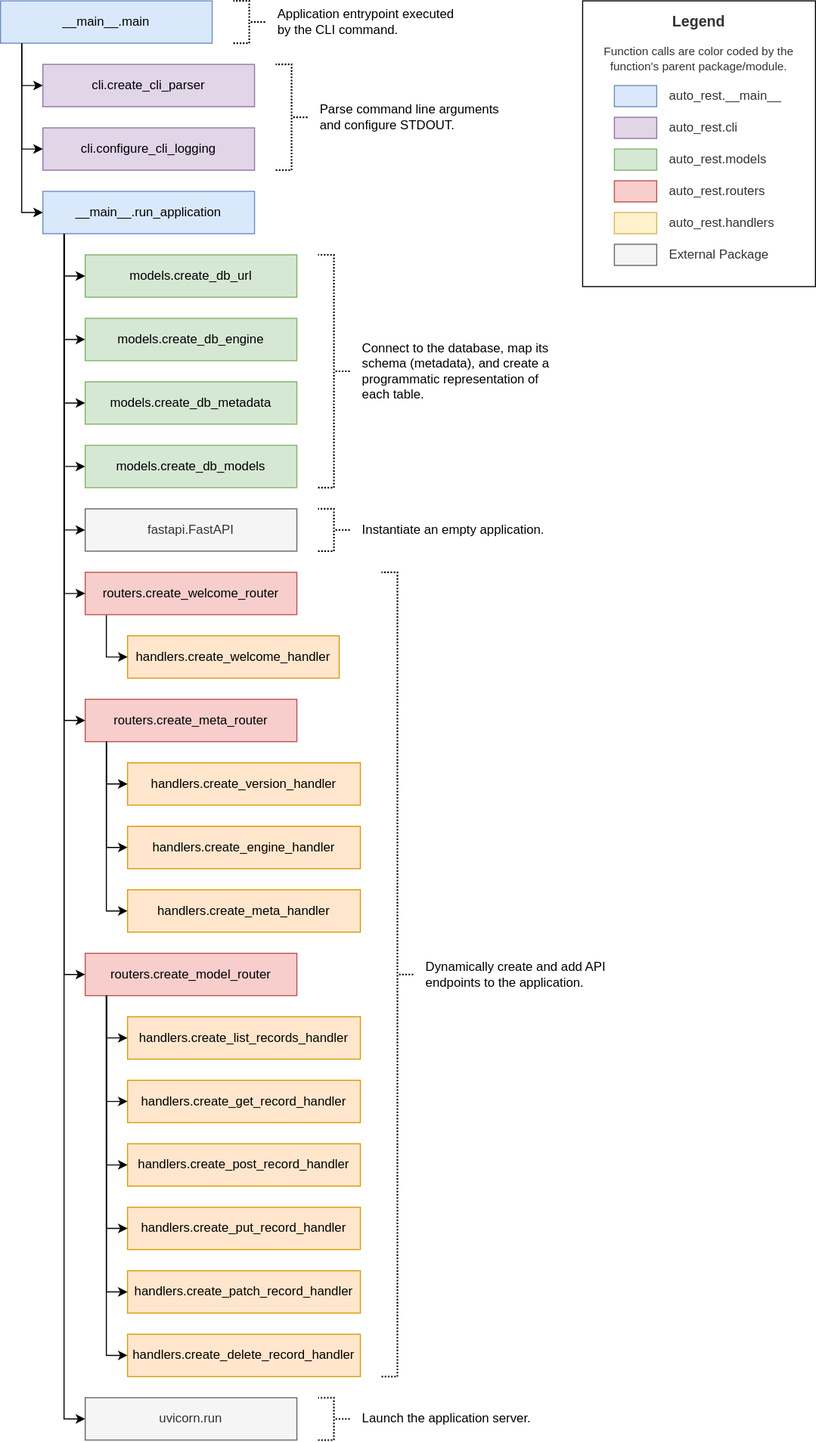
This is docs/_static/img/architecture.svg from Better-HPC/auto-rest, a draw.io export, as it was before one commit. Source tidied: cells renumbered, new cells last; positions are measured from the earlier drawing's top-left corner, leaving out a move shared by most shapes.
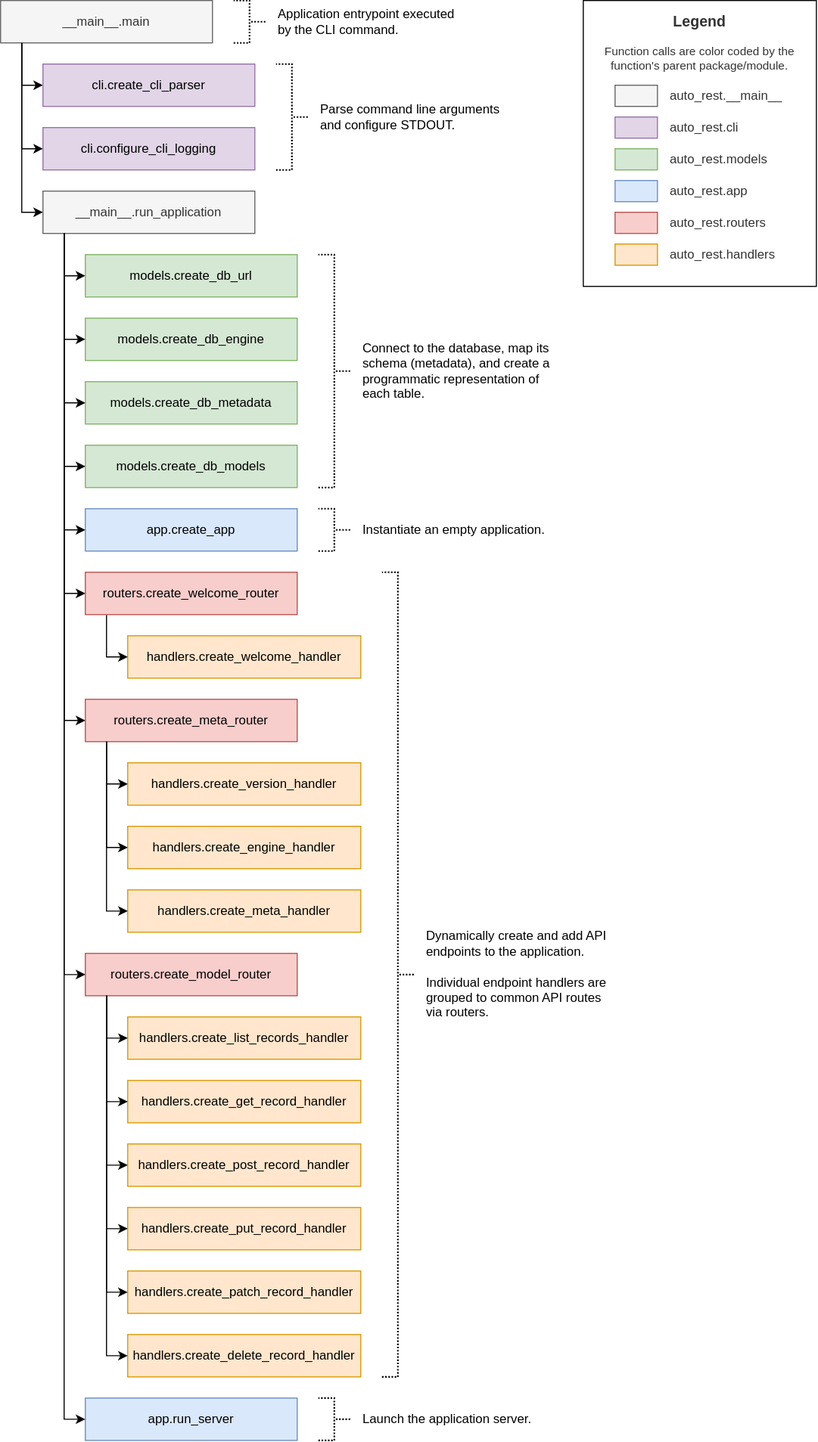
The same diagram one commit later.

Diff of the diagram source:
```diff
@@ -10,10 +10,10 @@
         </Array>
       </mxGeometry>
     </mxCell>
-    <mxCell id="3" value="__main__.main" style="rounded=0;whiteSpace=wrap;html=1;fillColor=#dae8fc;strokeColor=#6c8ebf;" parent="1" vertex="1">
+    <mxCell id="3" value="__main__.main" style="rounded=0;whiteSpace=wrap;html=1;fillColor=#f5f5f5;strokeColor=#666666;fontColor=#333333;" parent="1" vertex="1">
       <mxGeometry width="200" height="40" as="geometry" />
     </mxCell>
-    <mxCell id="4" value="__main__.run_application" style="whiteSpace=wrap;html=1;rounded=0;fillColor=#dae8fc;strokeColor=#6c8ebf;" parent="1" vertex="1">
+    <mxCell id="4" value="__main__.run_application" style="whiteSpace=wrap;html=1;rounded=0;fillColor=#f5f5f5;strokeColor=#666666;fontColor=#333333;" parent="1" vertex="1">
       <mxGeometry x="40" y="180" width="200" height="40" as="geometry" />
     </mxCell>
     <mxCell id="5" value="cli.configure_cli_logging" style="whiteSpace=wrap;html=1;rounded=0;fillColor=#e1d5e7;strokeColor=#9673a6;" parent="1" vertex="1">
@@ -54,10 +54,10 @@
     <mxCell id="15" style="edgeStyle=orthogonalEdgeStyle;rounded=0;jettySize=auto;html=1;entryX=0;entryY=0.5;entryDx=0;entryDy=0;exitX=0.1;exitY=1.001;exitDx=0;exitDy=0;exitPerimeter=0;" parent="1" edge="1" source="4" target="14">
       <mxGeometry relative="1" as="geometry" />
     </mxCell>
-    <mxCell id="16" value="fastapi.FastAPI" style="whiteSpace=wrap;html=1;rounded=0;fillColor=#f5f5f5;strokeColor=#666666;fontColor=#333333;" parent="1" vertex="1">
+    <mxCell id="16" value="app.create_app" style="whiteSpace=wrap;html=1;rounded=0;fillColor=#dae8fc;strokeColor=#6c8ebf;" parent="1" vertex="1">
       <mxGeometry x="80" y="480" width="200" height="40" as="geometry" />
     </mxCell>
-    <mxCell id="17" value="uvicorn.run" style="whiteSpace=wrap;html=1;rounded=0;fillColor=#f5f5f5;strokeColor=#666666;fontColor=#333333;" parent="1" vertex="1">
+    <mxCell id="17" value="app.run_server" style="whiteSpace=wrap;html=1;rounded=0;fillColor=#dae8fc;strokeColor=#6c8ebf;" parent="1" vertex="1">
       <mxGeometry x="80" y="1320" width="200" height="40" as="geometry" />
     </mxCell>
     <mxCell id="18" style="strokeWidth=1.5;html=1;shape=mxgraph.flowchart.annotation_2;align=left;labelPosition=right;rotation=-180;strokeColor=#000000;fontColor=#333333;dashed=1;dashPattern=1 1;" parent="1" vertex="1">
@@ -76,7 +76,7 @@
       <mxGeometry x="80" y="540" width="200" height="40" as="geometry" />
     </mxCell>
     <mxCell id="23" value="handlers.create_welcome_handler" style="whiteSpace=wrap;html=1;rounded=0;fillColor=#ffe6cc;strokeColor=#d79b00;" parent="1" vertex="1">
-      <mxGeometry x="120" y="600" width="200" height="40" as="geometry" />
+      <mxGeometry x="120" y="600" width="220" height="40" as="geometry" />
     </mxCell>
     <mxCell id="24" value="handlers.create_version_handler" style="whiteSpace=wrap;html=1;rounded=0;fillColor=#ffe6cc;strokeColor=#d79b00;" parent="1" vertex="1">
       <mxGeometry x="120" y="720" width="220" height="40" as="geometry" />
@@ -140,7 +140,7 @@
     <mxCell id="42" style="strokeWidth=1.5;html=1;shape=mxgraph.flowchart.annotation_2;align=left;labelPosition=right;rotation=-180;strokeColor=light-dark(#000000, #ededed);fontColor=#000000;dashed=1;dashPattern=1 1;" parent="1" vertex="1">
       <mxGeometry x="360" y="540" width="30" height="760" as="geometry" />
     </mxCell>
-    <mxCell id="43" value="Dynamically create and add API endpoints to the application." style="text;html=1;align=left;verticalAlign=middle;whiteSpace=wrap;rounded=0;fontColor=#000000;" parent="1" vertex="1">
+    <mxCell id="43" value="Dynamically create and add API endpoints to the application.&lt;br&gt;&lt;br&gt;Individual endpoint handlers are grouped to common API routes via routers." style="text;html=1;align=left;verticalAlign=middle;whiteSpace=wrap;rounded=0;fontColor=#000000;" parent="1" vertex="1">
       <mxGeometry x="400" y="890" width="180" height="60" as="geometry" />
     </mxCell>
     <mxCell id="44" style="strokeWidth=1.5;html=1;shape=mxgraph.flowchart.annotation_2;align=left;labelPosition=right;rotation=-180;strokeColor=#000000;fontColor=#333333;dashed=1;dashPattern=1 1;" parent="1" vertex="1">
@@ -152,7 +152,7 @@
     <mxCell id="46" style="rounded=0;whiteSpace=wrap;html=1;" parent="1" vertex="1">
       <mxGeometry x="550" width="220" height="270" as="geometry" />
     </mxCell>
-    <mxCell id="47" style="rounded=0;whiteSpace=wrap;html=1;fillColor=#dae8fc;strokeColor=#6c8ebf;" parent="1" vertex="1">
+    <mxCell id="47" style="rounded=0;whiteSpace=wrap;html=1;fillColor=#f5f5f5;strokeColor=#666666;fontColor=#333333;" parent="1" vertex="1">
       <mxGeometry x="580" y="80" width="40" height="20" as="geometry" />
     </mxCell>
     <mxCell id="48" style="rounded=0;whiteSpace=wrap;html=1;fillColor=#e1d5e7;strokeColor=#9673a6;" parent="1" vertex="1">
@@ -161,7 +161,7 @@
     <mxCell id="49" style="rounded=0;whiteSpace=wrap;html=1;fillColor=#d5e8d4;strokeColor=#82b366;" parent="1" vertex="1">
       <mxGeometry x="580" y="140" width="40" height="20" as="geometry" />
     </mxCell>
-    <mxCell id="50" style="rounded=0;whiteSpace=wrap;html=1;fillColor=#f8cecc;strokeColor=#b85450;" parent="1" vertex="1">
+    <mxCell id="50" style="rounded=0;whiteSpace=wrap;html=1;fillColor=#dae8fc;strokeColor=#6c8ebf;" parent="1" vertex="1">
       <mxGeometry x="580" y="170" width="40" height="20" as="geometry" />
     </mxCell>
     <mxCell id="51" value="auto_rest.__main__" style="text;html=1;align=left;verticalAlign=middle;whiteSpace=wrap;rounded=0;fontColor=#333333;" parent="1" vertex="1">
@@ -173,19 +173,19 @@
     <mxCell id="53" value="auto_rest.models" style="text;html=1;align=left;verticalAlign=middle;whiteSpace=wrap;rounded=0;fontColor=#333333;" parent="1" vertex="1">
       <mxGeometry x="630" y="140" width="120" height="20" as="geometry" />
     </mxCell>
-    <mxCell id="54" value="auto_rest.routers" style="text;html=1;align=left;verticalAlign=middle;whiteSpace=wrap;rounded=0;fontColor=#333333;" parent="1" vertex="1">
+    <mxCell id="54" value="auto_rest.app" style="text;html=1;align=left;verticalAlign=middle;whiteSpace=wrap;rounded=0;fontColor=#333333;" parent="1" vertex="1">
       <mxGeometry x="630" y="170" width="120" height="20" as="geometry" />
     </mxCell>
-    <mxCell id="55" style="rounded=0;whiteSpace=wrap;html=1;fillColor=#fff2cc;strokeColor=#d6b656;" parent="1" vertex="1">
+    <mxCell id="55" style="rounded=0;whiteSpace=wrap;html=1;fillColor=#f8cecc;strokeColor=#b85450;" parent="1" vertex="1">
       <mxGeometry x="580" y="200" width="40" height="20" as="geometry" />
     </mxCell>
-    <mxCell id="56" value="auto_rest.handlers" style="text;html=1;align=left;verticalAlign=middle;whiteSpace=wrap;rounded=0;fontColor=#333333;" parent="1" vertex="1">
+    <mxCell id="56" value="auto_rest.routers" style="text;html=1;align=left;verticalAlign=middle;whiteSpace=wrap;rounded=0;fontColor=#333333;" parent="1" vertex="1">
       <mxGeometry x="630" y="200" width="120" height="20" as="geometry" />
     </mxCell>
-    <mxCell id="57" style="rounded=0;whiteSpace=wrap;html=1;fillColor=#f5f5f5;strokeColor=#666666;fontColor=#333333;" parent="1" vertex="1">
+    <mxCell id="57" style="rounded=0;whiteSpace=wrap;html=1;fillColor=#ffe6cc;strokeColor=#d79b00;" parent="1" vertex="1">
       <mxGeometry x="580" y="230" width="40" height="20" as="geometry" />
     </mxCell>
-    <mxCell id="58" value="External Package" style="text;html=1;align=left;verticalAlign=middle;whiteSpace=wrap;rounded=0;fontColor=#333333;" parent="1" vertex="1">
+    <mxCell id="58" value="&lt;div&gt;auto_rest.handlers&lt;/div&gt;" style="text;html=1;align=left;verticalAlign=middle;whiteSpace=wrap;rounded=0;fontColor=#333333;" parent="1" vertex="1">
       <mxGeometry x="630" y="230" width="120" height="20" as="geometry" />
     </mxCell>
     <mxCell id="59" value="&lt;div align=&quot;center&quot;&gt;&lt;b&gt;Legend&lt;/b&gt;&lt;/div&gt;" style="text;html=1;align=center;verticalAlign=middle;whiteSpace=wrap;rounded=0;fontColor=#333333;fontSize=14;" parent="1" vertex="1">
```
